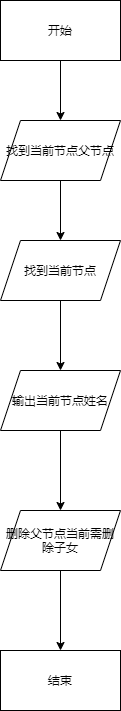
Shotray/Gaint keeps this draw.io diagram as CourseDesignOfDataStructure/picture/p6/destroy().png. Above is the earlier version. Source tidied: cells renumbered, new cells last; positions are measured from the earlier drawing's top-left corner, leaving out a move shared by most shapes. Its diagram source:
```xml
<mxGraphModel>
  <root>
    <mxCell id="0" />
    <mxCell id="1" parent="0" />
    <mxCell id="2" style="edgeStyle=orthogonalEdgeStyle;rounded=0;jettySize=auto;html=1;exitX=0.5;exitY=1;exitDx=0;exitDy=0;" parent="1" edge="1" source="3" target="5">
      <mxGeometry relative="1" as="geometry" />
    </mxCell>
    <mxCell id="3" value="开始" style="rounded=0;whiteSpace=wrap;html=1;" parent="1" vertex="1">
      <mxGeometry width="120" height="60" as="geometry" />
    </mxCell>
    <mxCell id="4" style="edgeStyle=orthogonalEdgeStyle;rounded=0;jettySize=auto;html=1;exitX=0.5;exitY=1;exitDx=0;exitDy=0;" parent="1" edge="1" source="5" target="7">
      <mxGeometry relative="1" as="geometry" />
    </mxCell>
    <mxCell id="5" value="找到当前节点父节点" style="shape=parallelogram;perimeter=parallelogramPerimeter;whiteSpace=wrap;html=1;fixedSize=1;" parent="1" vertex="1">
      <mxGeometry y="120" width="120" height="60" as="geometry" />
    </mxCell>
    <mxCell id="6" style="edgeStyle=orthogonalEdgeStyle;rounded=0;jettySize=auto;html=1;exitX=0.5;exitY=1;exitDx=0;exitDy=0;" parent="1" edge="1" source="7" target="9">
      <mxGeometry relative="1" as="geometry" />
    </mxCell>
    <mxCell id="7" value="找到当前节点" style="shape=parallelogram;perimeter=parallelogramPerimeter;whiteSpace=wrap;html=1;fixedSize=1;" parent="1" vertex="1">
      <mxGeometry y="240" width="120" height="60" as="geometry" />
    </mxCell>
    <mxCell id="8" style="edgeStyle=orthogonalEdgeStyle;rounded=0;jettySize=auto;html=1;entryX=0.5;entryY=0;entryDx=0;entryDy=0;" parent="1" edge="1" source="9" target="11">
      <mxGeometry relative="1" as="geometry" />
    </mxCell>
    <mxCell id="9" value="输出当前节点姓名" style="shape=parallelogram;perimeter=parallelogramPerimeter;whiteSpace=wrap;html=1;fixedSize=1;" parent="1" vertex="1">
      <mxGeometry y="370" width="120" height="60" as="geometry" />
    </mxCell>
    <mxCell id="10" style="edgeStyle=orthogonalEdgeStyle;rounded=0;jettySize=auto;html=1;exitX=0.5;exitY=1;exitDx=0;exitDy=0;entryX=0.5;entryY=0;entryDx=0;entryDy=0;" parent="1" edge="1" source="11" target="12">
      <mxGeometry relative="1" as="geometry" />
    </mxCell>
    <mxCell id="11" value="删除父节点当前需删除子女" style="shape=parallelogram;perimeter=parallelogramPerimeter;whiteSpace=wrap;html=1;fixedSize=1;" parent="1" vertex="1">
      <mxGeometry y="510" width="120" height="60" as="geometry" />
    </mxCell>
    <mxCell id="12" value="结束" style="rounded=0;whiteSpace=wrap;html=1;" parent="1" vertex="1">
      <mxGeometry y="650" width="120" height="60" as="geometry" />
    </mxCell>
  </root>
</mxGraphModel>
```
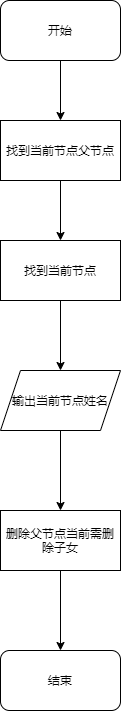
Later version of the same file.

The edit, as a diff of the source:
```diff
@@ -2,37 +2,50 @@
   <root>
     <mxCell id="0" />
     <mxCell id="1" parent="0" />
-    <mxCell id="2" style="edgeStyle=orthogonalEdgeStyle;rounded=0;jettySize=auto;html=1;exitX=0.5;exitY=1;exitDx=0;exitDy=0;" parent="1" edge="1" source="3" target="5">
-      <mxGeometry relative="1" as="geometry" />
+    <mxCell id="2" style="edgeStyle=orthogonalEdgeStyle;rounded=0;orthogonalLoop=1;jettySize=auto;html=1;exitX=0.5;exitY=1;exitDx=0;exitDy=0;" parent="1" edge="1">
+      <mxGeometry relative="1" as="geometry">
+        <mxPoint x="60" y="60" as="sourcePoint" />
+        <mxPoint x="60" y="120" as="targetPoint" />
+      </mxGeometry>
     </mxCell>
-    <mxCell id="3" value="开始" style="rounded=0;whiteSpace=wrap;html=1;" parent="1" vertex="1">
-      <mxGeometry width="120" height="60" as="geometry" />
-    </mxCell>
-    <mxCell id="4" style="edgeStyle=orthogonalEdgeStyle;rounded=0;jettySize=auto;html=1;exitX=0.5;exitY=1;exitDx=0;exitDy=0;" parent="1" edge="1" source="5" target="7">
-      <mxGeometry relative="1" as="geometry" />
+    <mxCell id="4" style="edgeStyle=orthogonalEdgeStyle;rounded=0;orthogonalLoop=1;jettySize=auto;html=1;exitX=0.5;exitY=1;exitDx=0;exitDy=0;" parent="1" edge="1">
+      <mxGeometry relative="1" as="geometry">
+        <mxPoint x="60" y="180" as="sourcePoint" />
+        <mxPoint x="60" y="240" as="targetPoint" />
+      </mxGeometry>
     </mxCell>
-    <mxCell id="5" value="找到当前节点父节点" style="shape=parallelogram;perimeter=parallelogramPerimeter;whiteSpace=wrap;html=1;fixedSize=1;" parent="1" vertex="1">
-      <mxGeometry y="120" width="120" height="60" as="geometry" />
-    </mxCell>
-    <mxCell id="6" style="edgeStyle=orthogonalEdgeStyle;rounded=0;jettySize=auto;html=1;exitX=0.5;exitY=1;exitDx=0;exitDy=0;" parent="1" edge="1" source="7" target="9">
-      <mxGeometry relative="1" as="geometry" />
+    <mxCell id="6" style="edgeStyle=orthogonalEdgeStyle;rounded=0;jettySize=auto;html=1;exitX=0.5;exitY=1;exitDx=0;exitDy=0;" parent="1" edge="1" target="9">
+      <mxGeometry relative="1" as="geometry">
+        <mxPoint x="60" y="300" as="sourcePoint" />
+      </mxGeometry>
     </mxCell>
-    <mxCell id="7" value="找到当前节点" style="shape=parallelogram;perimeter=parallelogramPerimeter;whiteSpace=wrap;html=1;fixedSize=1;" parent="1" vertex="1">
-      <mxGeometry y="240" width="120" height="60" as="geometry" />
-    </mxCell>
-    <mxCell id="8" style="edgeStyle=orthogonalEdgeStyle;rounded=0;jettySize=auto;html=1;entryX=0.5;entryY=0;entryDx=0;entryDy=0;" parent="1" edge="1" source="9" target="11">
-      <mxGeometry relative="1" as="geometry" />
+    <mxCell id="8" style="edgeStyle=orthogonalEdgeStyle;rounded=0;jettySize=auto;html=1;entryX=0.5;entryY=0;entryDx=0;entryDy=0;" parent="1" edge="1" source="9">
+      <mxGeometry relative="1" as="geometry">
+        <mxPoint x="60" y="510" as="targetPoint" />
+      </mxGeometry>
     </mxCell>
     <mxCell id="9" value="输出当前节点姓名" style="shape=parallelogram;perimeter=parallelogramPerimeter;whiteSpace=wrap;html=1;fixedSize=1;" parent="1" vertex="1">
       <mxGeometry y="370" width="120" height="60" as="geometry" />
     </mxCell>
-    <mxCell id="10" style="edgeStyle=orthogonalEdgeStyle;rounded=0;jettySize=auto;html=1;exitX=0.5;exitY=1;exitDx=0;exitDy=0;entryX=0.5;entryY=0;entryDx=0;entryDy=0;" parent="1" edge="1" source="11" target="12">
-      <mxGeometry relative="1" as="geometry" />
+    <mxCell id="10" style="edgeStyle=orthogonalEdgeStyle;rounded=0;orthogonalLoop=1;jettySize=auto;html=1;exitX=0.5;exitY=1;exitDx=0;exitDy=0;entryX=0.5;entryY=0;entryDx=0;entryDy=0;" parent="1" edge="1">
+      <mxGeometry relative="1" as="geometry">
+        <mxPoint x="60" y="570" as="sourcePoint" />
+        <mxPoint x="60" y="650" as="targetPoint" />
+      </mxGeometry>
     </mxCell>
+    <mxCell id="3" value="开始" style="rounded=1;whiteSpace=wrap;html=1;" parent="1" vertex="1">
+      <mxGeometry width="120" height="60" as="geometry" />
+    </mxCell>
+    <mxCell id="5" value="找到当前节点父节点" style="rounded=0;whiteSpace=wrap;html=1;" parent="1" vertex="1">
+      <mxGeometry y="120" width="120" height="60" as="geometry" />
+    </mxCell>
+    <mxCell id="7" value="找到当前节点" style="rounded=0;whiteSpace=wrap;html=1;" parent="1" vertex="1">
+      <mxGeometry y="240" width="120" height="60" as="geometry" />
+    </mxCell>
-    <mxCell id="11" value="删除父节点当前需删除子女" style="shape=parallelogram;perimeter=parallelogramPerimeter;whiteSpace=wrap;html=1;fixedSize=1;" parent="1" vertex="1">
+    <mxCell id="11" value="&lt;span&gt;删除父节点当前需删除子女&lt;/span&gt;" style="rounded=0;whiteSpace=wrap;html=1;" parent="1" vertex="1">
       <mxGeometry y="510" width="120" height="60" as="geometry" />
     </mxCell>
-    <mxCell id="12" value="结束" style="rounded=0;whiteSpace=wrap;html=1;" parent="1" vertex="1">
+    <mxCell id="12" value="结束" style="rounded=1;whiteSpace=wrap;html=1;" parent="1" vertex="1">
       <mxGeometry y="650" width="120" height="60" as="geometry" />
     </mxCell>
   </root>
```
